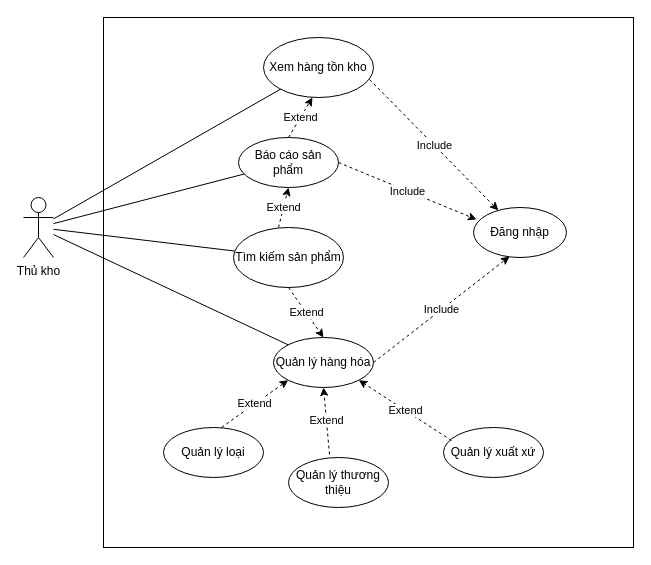
Above: Diagram/UseCase/QL_HangHoa.drawio in TccKaiCi/PTTK_CuaHangGiay (draw.io), before the change. Source tidied: cells renumbered, new cells numbered last; positions are measured from the earlier drawing's top-left corner, leaving out a move shared by most shapes. Both pictures are drawn from the tidied source at 100%, with x=0, y=0 at pixel (23, 17).
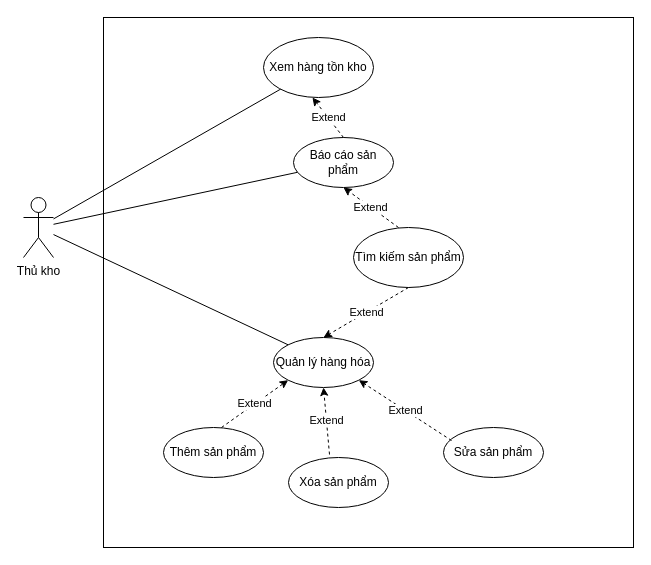
The same diagram, later.

Commit message (it also covers changes not shown here):
Chung_UseCase_5

The change refers to these unchanged cells:
```xml
<mxCell id="2" value="Thủ kho" style="shape=umlActor;verticalLabelPosition=bottom;verticalAlign=top;html=1;outlineConnect=0;" parent="1" vertex="1">
  <mxGeometry y="180" width="30" height="60" as="geometry" />
</mxCell>
<mxCell id="6" value="Xem hàng tồn kho" style="ellipse;whiteSpace=wrap;html=1;fillColor=none;" parent="1" vertex="1">
  <mxGeometry x="240" y="20" width="110" height="60" as="geometry" />
</mxCell>
<mxCell id="7" value="Quản lý hàng hóa" style="ellipse;whiteSpace=wrap;html=1;fillColor=none;" parent="1" vertex="1">
  <mxGeometry x="250" y="320" width="100" height="50" as="geometry" />
</mxCell>
```

Diff of the diagram source:
```diff
@@
-    <mxCell id="4" style="endArrow=none;html=1;" parent="1" edge="1" source="2" target="10">
-      <mxGeometry relative="1" as="geometry" />
-    </mxCell>
-    <mxCell id="5" value="Đăng nhập" style="ellipse;whiteSpace=wrap;html=1;fillColor=none;" parent="1" vertex="1">
-      <mxGeometry x="450" y="190" width="93" height="50" as="geometry" />
-    </mxCell>
@@
     <mxCell id="8" value="Báo cáo sản phẩm" style="ellipse;whiteSpace=wrap;html=1;fillColor=none;" parent="1" vertex="1">
-      <mxGeometry x="215" y="120" width="100" height="50" as="geometry" />
+      <mxGeometry x="270" y="120" width="100" height="50" as="geometry" />
     </mxCell>
@@
     <mxCell id="10" value="Tìm kiếm sản phẩm" style="ellipse;whiteSpace=wrap;html=1;fillColor=none;" parent="1" vertex="1">
-      <mxGeometry x="210" y="210" width="110" height="60" as="geometry" />
+      <mxGeometry x="330" y="210" width="110" height="60" as="geometry" />
     </mxCell>
@@
-    <mxCell id="14" value="Include" style="endArrow=classic;html=1;dashed=1;entryX=0.032;entryY=0.24;entryDx=0;entryDy=0;exitX=1;exitY=0.5;exitDx=0;exitDy=0;entryPerimeter=0;" parent="1" edge="1" source="8" target="5">
-      <mxGeometry relative="1" as="geometry" />
-    </mxCell>
-    <mxCell id="15" value="Include" style="endArrow=classic;html=1;dashed=1;entryX=0.387;entryY=0.98;entryDx=0;entryDy=0;exitX=1;exitY=0.5;exitDx=0;exitDy=0;entryPerimeter=0;" parent="1" edge="1" source="7" target="5">
-      <mxGeometry relative="1" as="geometry" />
-    </mxCell>
-    <mxCell id="16" value="Include" style="endArrow=classic;html=1;dashed=1;exitX=0.964;exitY=0.7;exitDx=0;exitDy=0;exitPerimeter=0;" parent="1" edge="1" source="6" target="5">
-      <mxGeometry relative="1" as="geometry" />
-    </mxCell>
@@
-    <mxCell id="18" value="Quản lý loại" style="ellipse;whiteSpace=wrap;html=1;fillColor=none;" parent="1" vertex="1">
+    <mxCell id="18" value="Thêm sản phẩm" style="ellipse;whiteSpace=wrap;html=1;fillColor=none;" parent="1" vertex="1">
       <mxGeometry x="140" y="410" width="100" height="50" as="geometry" />
     </mxCell>
-    <mxCell id="19" value="Quản lý thương thiệu" style="ellipse;whiteSpace=wrap;html=1;fillColor=none;" parent="1" vertex="1">
+    <mxCell id="19" value="Xóa sản phẩm" style="ellipse;whiteSpace=wrap;html=1;fillColor=none;" parent="1" vertex="1">
       <mxGeometry x="265" y="440" width="100" height="50" as="geometry" />
     </mxCell>
-    <mxCell id="20" value="Quản lý xuất xứ" style="ellipse;whiteSpace=wrap;html=1;fillColor=none;" parent="1" vertex="1">
+    <mxCell id="20" value="Sửa sản phẩm" style="ellipse;whiteSpace=wrap;html=1;fillColor=none;" parent="1" vertex="1">
       <mxGeometry x="420" y="410" width="100" height="50" as="geometry" />
     </mxCell>
```
